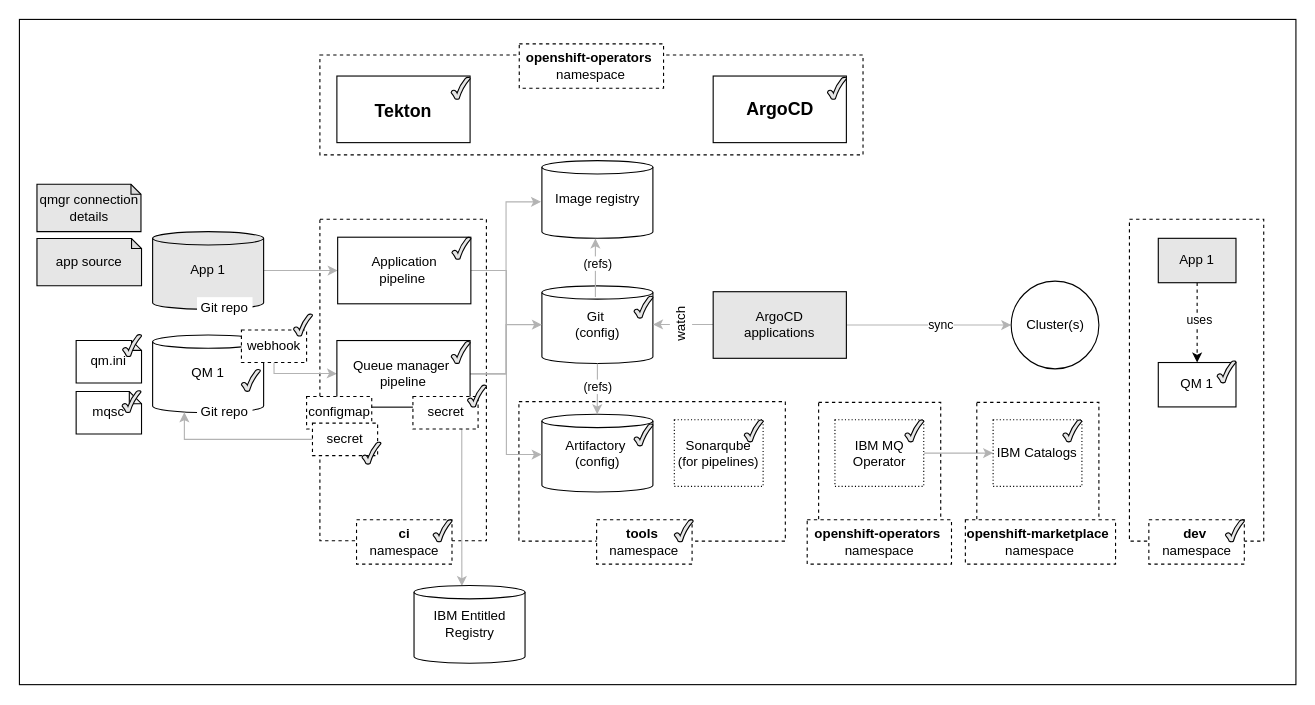
IBM/production-gitops keeps this draw.io diagram as guides/cp4i/mq/app-pipeline/images/app-cicd4.drawio. Above is the earlier version. Source tidied: cells renumbered, new cells numbered last; positions are measured from the earlier drawing's top-left corner, leaving out a move shared by most shapes. Both pictures are drawn from the tidied source at 111%, with x=0, y=0 at pixel (19, 19).
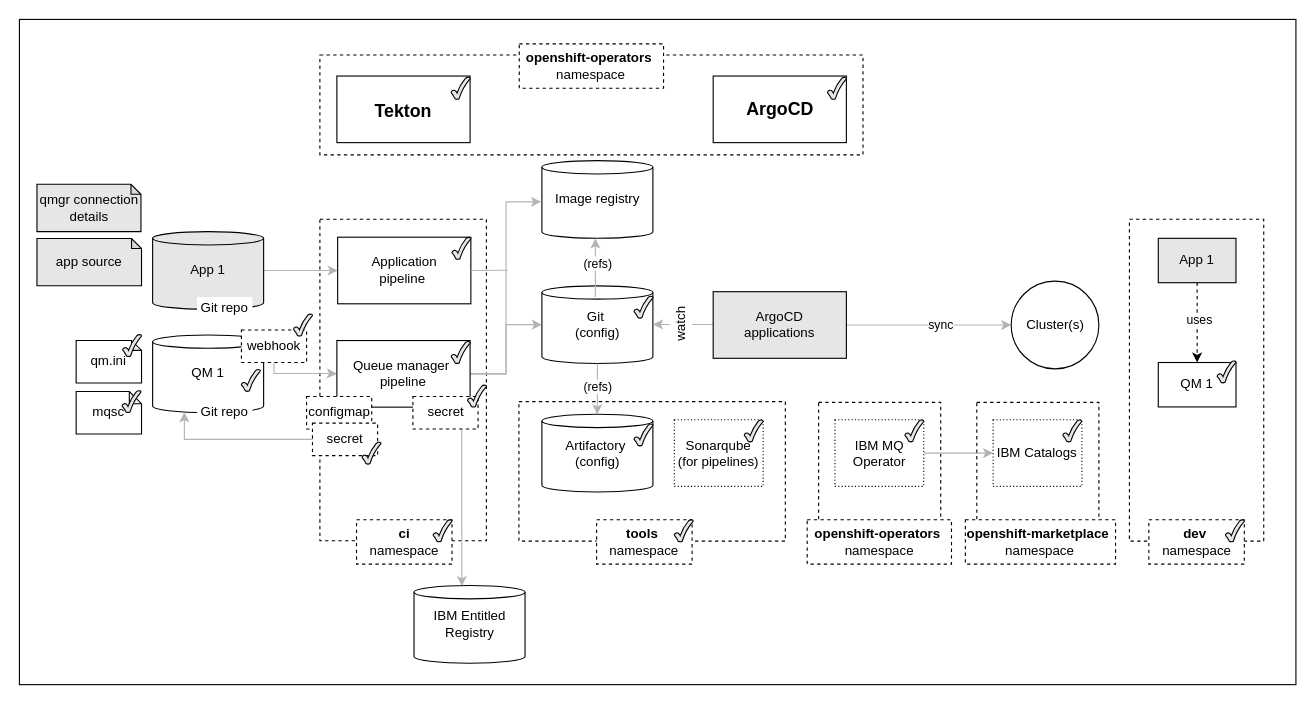
The same diagram, later.

Unchanged cells that the change refers to:
```xml
<mxCell id="20" value="Artifactory&amp;nbsp;&lt;br&gt;(config)" style="shape=cylinder2;whiteSpace=wrap;html=1;boundedLbl=1;backgroundOutline=1;size=6.000000000000227;strokeWidth=1;fontSize=12;fontColor=#000000;labelBackgroundColor=none;fillColor=none;" parent="1" vertex="1">
  <mxGeometry x="470.7" y="355.7" width="100" height="70" as="geometry" />
</mxCell>
<mxCell id="37" value="Application &lt;br&gt;pipeline&amp;nbsp;" style="rounded=0;whiteSpace=wrap;html=1;strokeWidth=1;fontSize=12;fontColor=#000000;fillColor=none;" parent="1" vertex="1">
  <mxGeometry x="286.7" y="196.2" width="120" height="60" as="geometry" />
</mxCell>
```

What changed in the source:
```diff
@@
-    <mxCell id="21" style="edgeStyle=orthogonalEdgeStyle;rounded=0;jettySize=auto;html=1;startArrow=none;endArrow=classic;strokeColor=#B3B3B3;fontFamily=Helvetica;fontColor=#000000;entryX=-0.002;entryY=0.518;entryDx=0;entryDy=0;entryPerimeter=0;fontSize=12;exitX=1;exitY=0.5;exitDx=0;exitDy=0;" parent="1" edge="1" source="37" target="20">
-      <mxGeometry relative="1" as="geometry" />
-    </mxCell>
@@
+    <mxCell id="81" style="endArrow=none;html=1;rounded=0;exitX=1;exitY=0.5;exitDx=0;exitDy=0;strokeColor=#B3B3B3;" parent="1" edge="1" source="37">
+      <mxGeometry relative="1" as="geometry">
+        <mxPoint x="440" y="226" as="targetPoint" />
+      </mxGeometry>
+    </mxCell>
```
